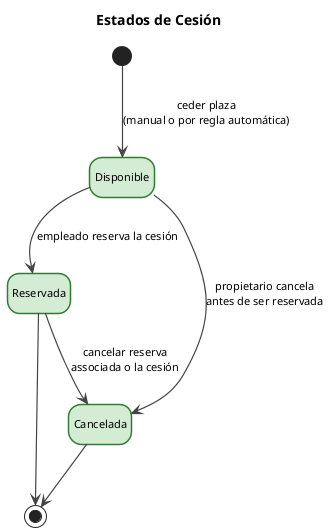
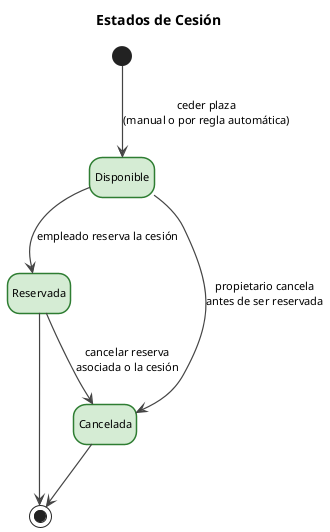
@startuml estadosCesion

hide empty description

skinparam defaultFontName Arial
skinparam defaultFontSize 11
skinparam stateBorderThickness 1.5
skinparam arrowThickness 1.2
skinparam arrowColor #444444
skinparam stateBackgroundColor #d5ecd4
skinparam stateBorderColor #2e7d32

title Estados de <b>Cesión</b>

[*] --> Disponible : ceder plaza\n(manual o por regla automática)

Disponible --> Reservada  : empleado reserva la cesión
Disponible --> Cancelada  : propietario cancela\nantes de ser reservada

- Reservada  --> Cancelada  : cancelar reserva\nassociada o la cesión
+ Reservada  --> Cancelada  : cancelar reserva\nasociada o la cesión

Reservada  --> [*]
Cancelada  --> [*]

@enduml
